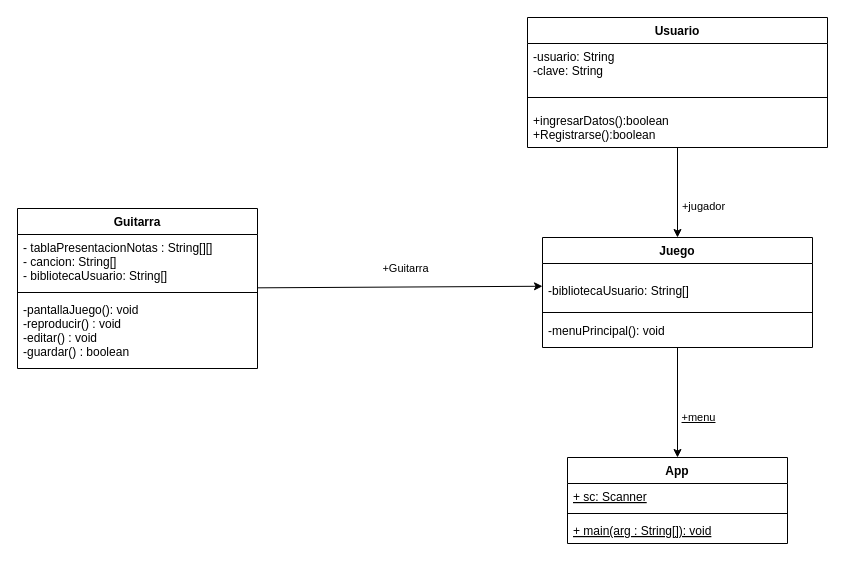
Before: desing/DiagramaClase.drawio in venuzBG/ProyectoFinal, a draw.io diagram. Source tidied: cells renumbered, new cells numbered last; positions are measured from the earlier drawing's top-left corner, leaving out a move shared by most shapes. Both pictures are drawn from the tidied source at 100%, with x=0, y=0 at pixel (17, 17).
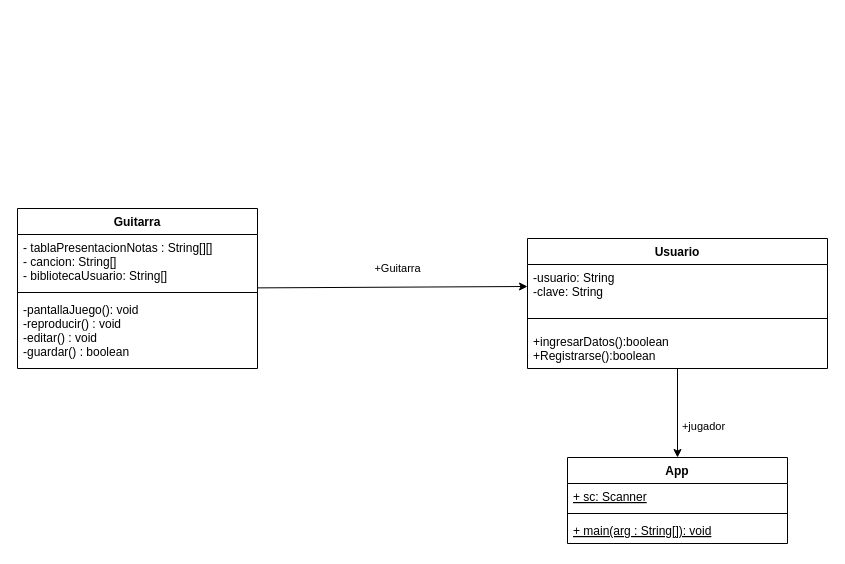
The same diagram, later.

The change refers to these unchanged cells:
```xml
<mxCell id="2" value="App" style="swimlane;fontStyle=1;align=center;verticalAlign=top;horizontal=1;startSize=26;" parent="1" vertex="1">
  <mxGeometry x="550" y="440" width="220" height="86" as="geometry" />
</mxCell>
<mxCell id="9" value="-usuario: String&#10;-clave: String&#10;" style="text;strokeColor=none;fillColor=none;align=left;verticalAlign=top;spacingLeft=4;spacingRight=4;overflow=hidden;points=[[0,0.5],[1,0.5]];portConstraint=eastwest;" parent="8" vertex="1">
  <mxGeometry y="26" width="300" height="44" as="geometry" />
</mxCell>
<mxCell id="19" value="Guitarra" style="swimlane;fontStyle=1;align=center;verticalAlign=top;horizontal=1;startSize=26;" parent="1" vertex="1">
  <mxGeometry y="191" width="240" height="160" as="geometry" />
</mxCell>
```

What changed in the source:
```diff
@@
-    <mxCell id="6" style="edgeStyle=none;html=1;entryX=0.5;entryY=0;entryDx=0;entryDy=0;" parent="1" edge="1" source="8" target="14">
+    <mxCell id="6" style="edgeStyle=none;html=1;entryX=0.5;entryY=0;entryDx=0;entryDy=0;" parent="1" edge="1" source="8" target="2">
       <mxGeometry relative="1" as="geometry" />
     </mxCell>
@@
     <mxCell id="8" value="Usuario" style="swimlane;fontStyle=1;align=center;verticalAlign=top;horizontal=1;startSize=26;" parent="1" vertex="1">
-      <mxGeometry x="510" width="300" height="130" as="geometry" />
+      <mxGeometry x="510" y="221" width="300" height="130" as="geometry" />
     </mxCell>
@@
-    <mxCell id="12" style="edgeStyle=none;html=1;" parent="1" edge="1" source="14" target="2">
-      <mxGeometry relative="1" as="geometry" />
-    </mxCell>
-    <mxCell id="13" value="&lt;u&gt;+menu&lt;/u&gt;" style="edgeLabel;html=1;align=center;verticalAlign=middle;" parent="12" vertex="1">
-      <mxGeometry x="0.41" y="2" relative="1" as="geometry">
-        <mxPoint x="18" y="-9" as="offset" />
-      </mxGeometry>
-    </mxCell>
-    <mxCell id="14" value="Juego" style="swimlane;fontStyle=1;align=center;verticalAlign=top;horizontal=1;startSize=26;" parent="1" vertex="1">
-      <mxGeometry x="525" y="220" width="270" height="110" as="geometry" />
-    </mxCell>
-    <mxCell id="15" value="&#10;-bibliotecaUsuario: String[]" style="text;strokeColor=none;fillColor=none;align=left;verticalAlign=top;spacingLeft=4;spacingRight=4;overflow=hidden;points=[[0,0.5],[1,0.5]];portConstraint=eastwest;fontStyle=0;" parent="14" vertex="1">
-      <mxGeometry y="26" width="270" height="44" as="geometry" />
-    </mxCell>
-    <mxCell id="16" style="line;strokeWidth=1;fillColor=none;align=left;verticalAlign=middle;spacingTop=-1;spacingLeft=3;spacingRight=3;labelPosition=right;strokeColor=inherit;" parent="14" vertex="1">
-      <mxGeometry y="70" width="270" height="10" as="geometry" />
-    </mxCell>
-    <mxCell id="17" value="-menuPrincipal(): void&#10;&#10;" style="text;strokeColor=none;fillColor=none;align=left;verticalAlign=top;spacingLeft=4;spacingRight=4;overflow=hidden;fontStyle=0;" parent="14" vertex="1">
-      <mxGeometry y="80" width="270" height="30" as="geometry" />
-    </mxCell>
-    <mxCell id="18" value="+Guitarra" style="edgeStyle=none;html=1;" parent="1" edge="1" source="19" target="15">
+    <mxCell id="18" value="+Guitarra" style="edgeStyle=none;html=1;entryX=0;entryY=0.5;entryDx=0;entryDy=0;" parent="1" edge="1" source="19" target="9">
       <mxGeometry x="0.04" y="19" relative="1" as="geometry" />
     </mxCell>
```
